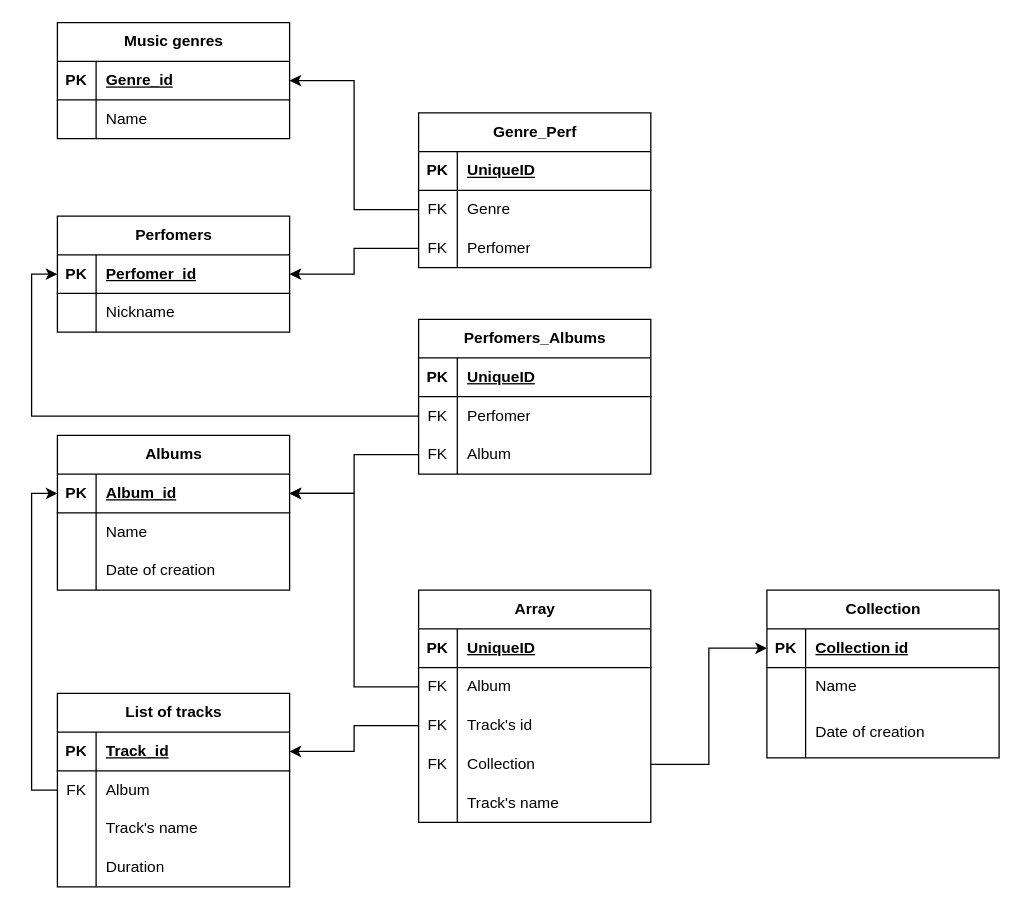
This is DZ - Postgres/dzPOSTGRES.drawio from Astapot/OOP, a draw.io file, before an edit. Source tidied: cells renumbered, new cells numbered last; positions are measured from the earlier drawing's top-left corner, leaving out a move shared by most shapes. Both pictures are drawn from the tidied source at 129%, with x=0, y=0 at pixel (57, 22).
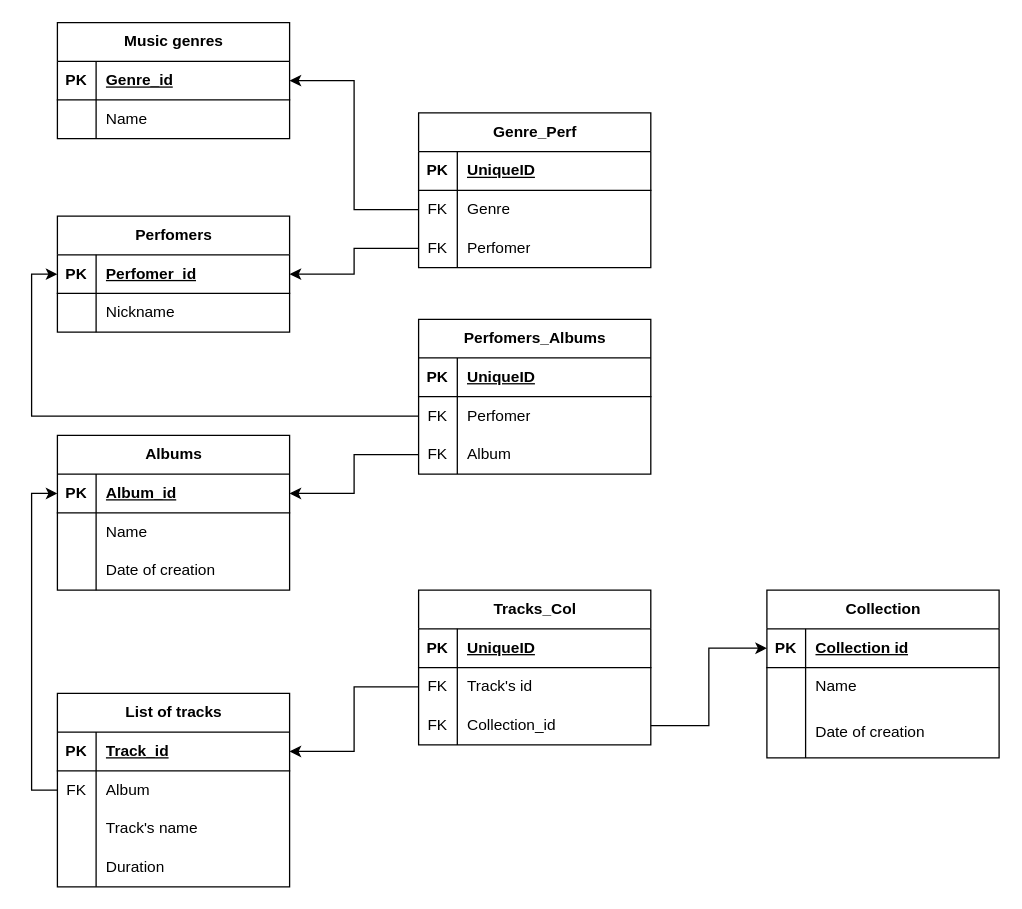
Above is the later version.

Unchanged cells that the change refers to:
```xml
<mxCell id="28" style="shape=tableRow;horizontal=0;startSize=0;swimlaneHead=0;swimlaneBody=0;fillColor=none;points=[[0,0.5],[1,0.5]];portConstraint=eastwest;top=0;left=0;right=0;bottom=1;" parent="27" vertex="1">
  <mxGeometry y="30" width="180" height="30" as="geometry" />
</mxCell>
```

Diff of the diagram source:
```diff
@@
-    <mxCell id="74" value="Array" style="shape=table;startSize=30;childLayout=tableLayout;rowLines=0;fontStyle=1;align=center;html=1;" parent="1" vertex="1">
-      <mxGeometry x="280" y="440" width="180" height="180" as="geometry" />
+    <mxCell id="74" value="Tracks_Col" style="shape=table;startSize=30;childLayout=tableLayout;rowLines=0;fontStyle=1;align=center;html=1;" parent="1" vertex="1">
+      <mxGeometry x="280" y="440" width="180" height="120" as="geometry" />
     </mxCell>
@@
-    <mxCell id="78" style="shape=tableRow;horizontal=0;startSize=0;swimlaneHead=0;swimlaneBody=0;fillColor=none;points=[[0,0.5],[1,0.5]];portConstraint=eastwest;top=0;left=0;right=0;bottom=0;" parent="74" vertex="1">
-      <mxGeometry y="60" width="180" height="30" as="geometry" />
-    </mxCell>
-    <mxCell id="79" value="FK" style="shape=partialRectangle;fillColor=none;top=0;left=0;bottom=0;right=0;overflow=hidden;whiteSpace=wrap;html=1;" parent="78" vertex="1">
-      <mxGeometry width="30" height="30" as="geometry" />
-    </mxCell>
-    <mxCell id="80" value="Album" style="shape=partialRectangle;fillColor=none;top=0;left=0;bottom=0;right=0;align=left;spacingLeft=6;overflow=hidden;whiteSpace=wrap;html=1;" parent="78" vertex="1">
-      <mxGeometry x="30" width="150" height="30" as="geometry" />
-    </mxCell>
     <mxCell id="81" style="shape=tableRow;horizontal=0;startSize=0;swimlaneHead=0;swimlaneBody=0;fillColor=none;points=[[0,0.5],[1,0.5]];portConstraint=eastwest;top=0;left=0;right=0;bottom=0;" parent="74" vertex="1">
-      <mxGeometry y="90" width="180" height="30" as="geometry" />
+      <mxGeometry y="60" width="180" height="30" as="geometry" />
     </mxCell>
@@
     <mxCell id="84" style="shape=tableRow;horizontal=0;startSize=0;swimlaneHead=0;swimlaneBody=0;fillColor=none;points=[[0,0.5],[1,0.5]];portConstraint=eastwest;top=0;left=0;right=0;bottom=0;" parent="74" vertex="1">
-      <mxGeometry y="120" width="180" height="30" as="geometry" />
+      <mxGeometry y="90" width="180" height="30" as="geometry" />
     </mxCell>
@@
-    <mxCell id="86" value="Collection" style="shape=partialRectangle;fillColor=none;top=0;left=0;bottom=0;right=0;align=left;spacingLeft=6;overflow=hidden;whiteSpace=wrap;html=1;" parent="84" vertex="1">
+    <mxCell id="86" value="Collection_id" style="shape=partialRectangle;fillColor=none;top=0;left=0;bottom=0;right=0;align=left;spacingLeft=6;overflow=hidden;whiteSpace=wrap;html=1;" parent="84" vertex="1">
       <mxGeometry x="30" width="150" height="30" as="geometry" />
     </mxCell>
-    <mxCell id="87" style="shape=tableRow;horizontal=0;startSize=0;swimlaneHead=0;swimlaneBody=0;fillColor=none;top=0;left=0;right=0;bottom=0;" parent="74" vertex="1">
-      <mxGeometry y="150" width="180" height="30" as="geometry" />
-    </mxCell>
-    <mxCell id="88" style="shape=partialRectangle;fillColor=none;top=0;left=0;bottom=0;right=0;overflow=hidden;whiteSpace=wrap;html=1;" parent="87" vertex="1">
-      <mxGeometry width="30" height="30" as="geometry" />
-    </mxCell>
-    <mxCell id="89" value="Track's name" style="shape=partialRectangle;fillColor=none;top=0;left=0;bottom=0;right=0;align=left;spacingLeft=6;overflow=hidden;whiteSpace=wrap;html=1;" parent="87" vertex="1">
-      <mxGeometry x="30" width="150" height="30" as="geometry" />
-    </mxCell>
-    <mxCell id="90" style="edgeStyle=orthogonalEdgeStyle;rounded=0;jettySize=auto;html=1;exitX=0;exitY=0.5;exitDx=0;exitDy=0;entryX=1;entryY=0.5;entryDx=0;entryDy=0;" parent="1" edge="1" source="78" target="28">
-      <mxGeometry relative="1" as="geometry" />
-    </mxCell>
```
